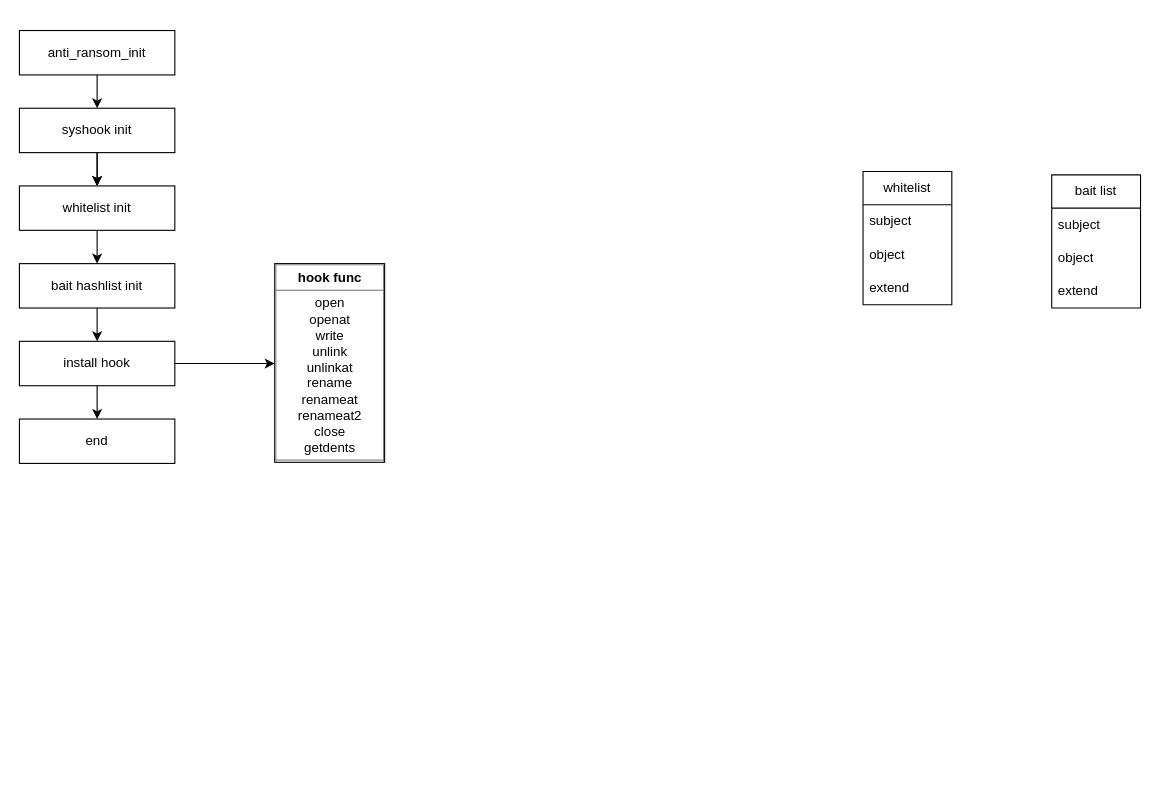
This is ransomware/anti_ransom.drawio from DeviceObject/CRecord, a draw.io file, before an edit. Source tidied: cells renumbered, new cells numbered last; positions are measured from the earlier drawing's top-left corner, leaving out a move shared by most shapes. Both pictures are drawn from the tidied source at 111%, with x=0, y=0 at pixel (19, 30).
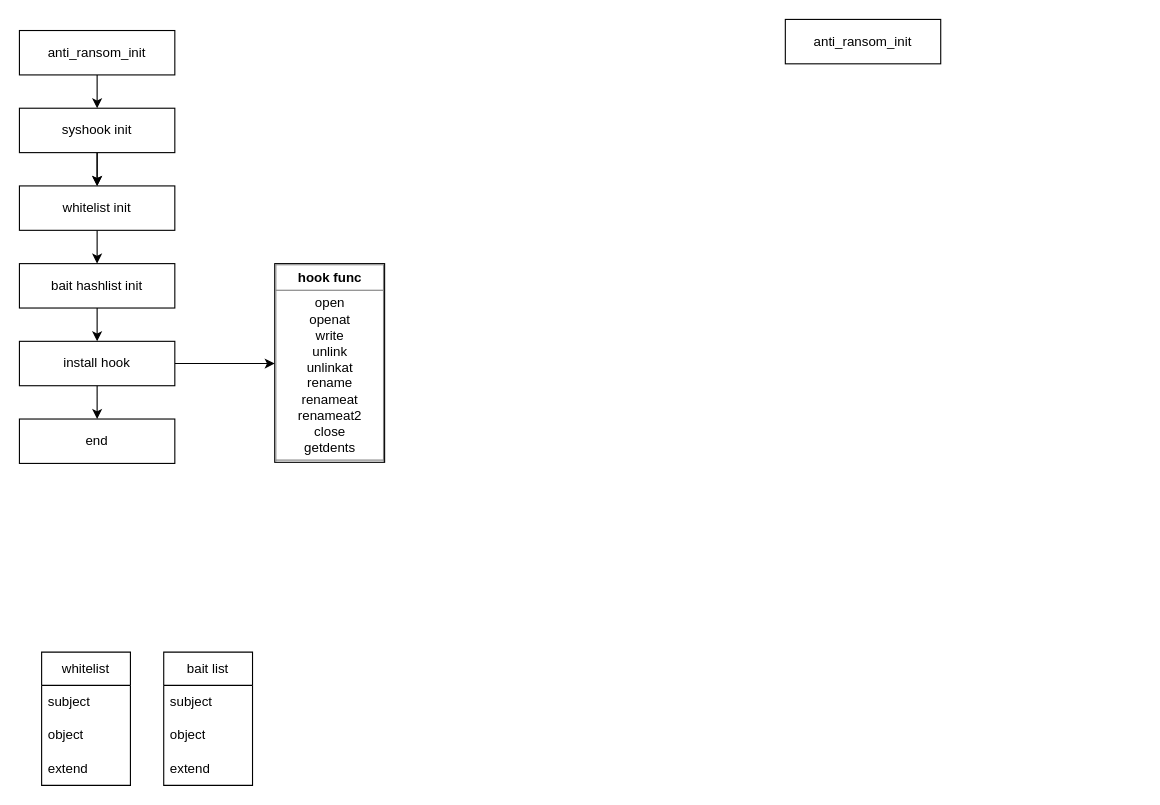
The same diagram, later.

The edit, as a diff of the source:
```diff
@@
     <mxCell id="2" value="whitelist" style="swimlane;fontStyle=0;horizontal=1;startSize=30;whiteSpace=wrap;html=1;" parent="1" vertex="1">
-      <mxGeometry x="760" y="127" width="80" height="120" as="geometry" />
+      <mxGeometry x="20" y="560" width="80" height="120" as="geometry" />
     </mxCell>
@@
     <mxCell id="20" value="bait list" style="swimlane;fontStyle=0;horizontal=1;startSize=30;whiteSpace=wrap;html=1;" parent="1" vertex="1">
-      <mxGeometry x="930" y="130" width="80" height="120" as="geometry" />
+      <mxGeometry x="130" y="560" width="80" height="120" as="geometry" />
     </mxCell>
@@
+    <mxCell id="24" value="anti_ransom_init" style="rounded=0;whiteSpace=wrap;html=1;" parent="1" vertex="1">
+      <mxGeometry x="690" y="-10" width="140" height="40" as="geometry" />
+    </mxCell>
```
